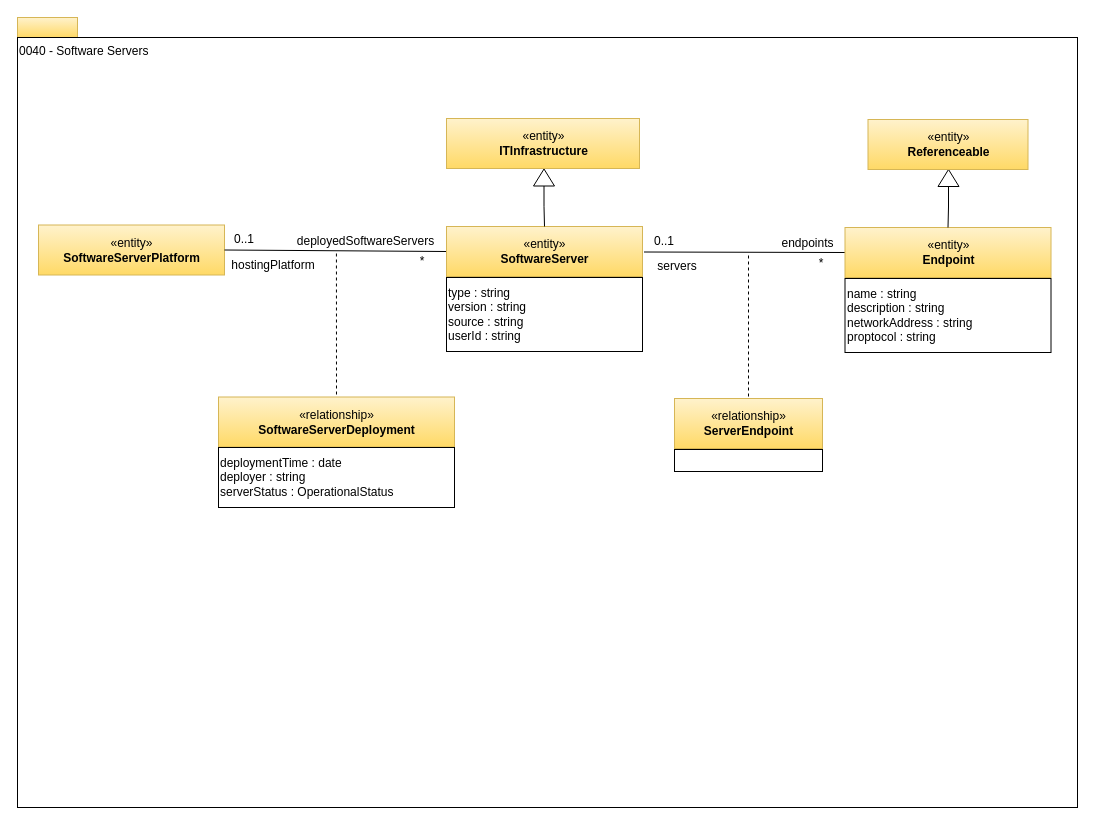
The draw.io diagram page "0040-Software-Servers" (11 of 17) of open-metadata-publication/website/open-metadata-types/area-0-basic-types-and-infrastructure.drawio in planetf1/egeria, before the edit. Source tidied: cells renumbered, new cells numbered last; positions are measured from the earlier drawing's top-left corner, leaving out a move shared by most shapes. Both pictures are drawn from the tidied source at 100%, with x=0, y=0 at pixel (17, 17).
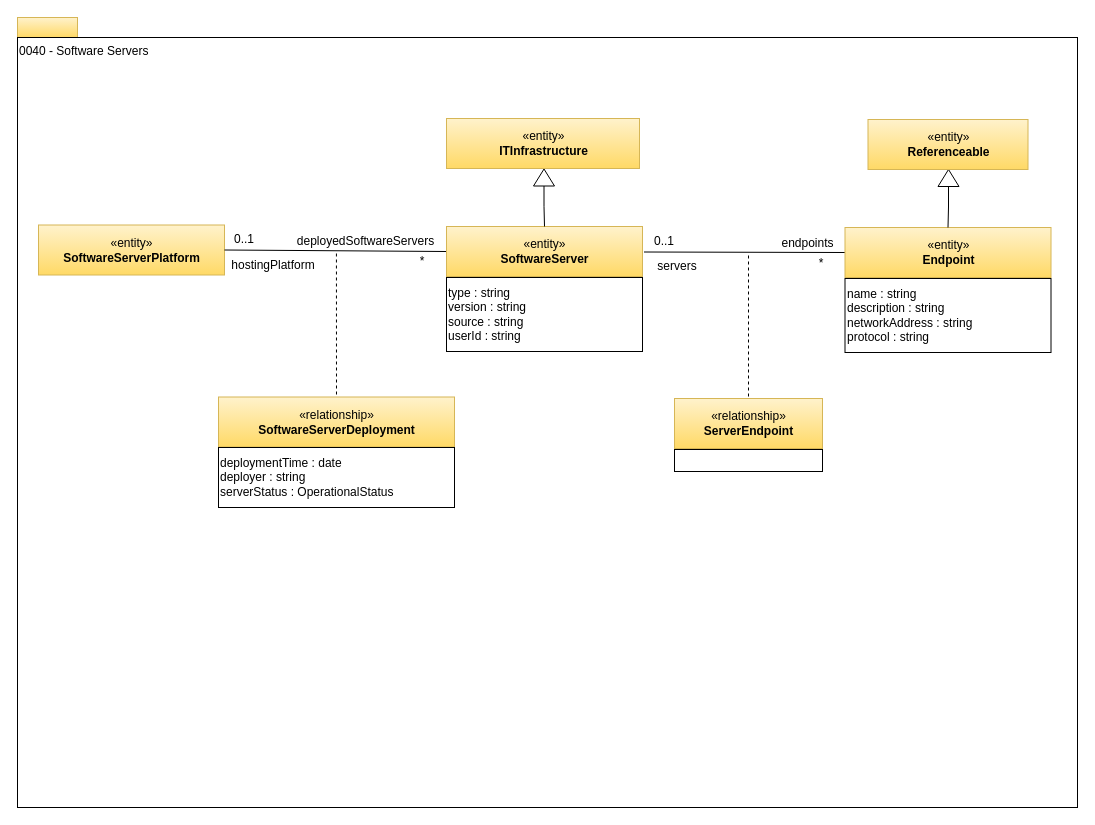
The same page after the edit.

Diff of the diagram source:
```diff
@@
-    <mxCell id="22" value="name : string&lt;br&gt;description : string&lt;br&gt;networkAddress : string&lt;br&gt;proptocol : string&lt;br&gt;" style="rounded=0;whiteSpace=wrap;html=1;strokeColor=#000000;gradientColor=#ffffff;align=left;" parent="1" vertex="1">
+    <mxCell id="22" value="name : string&lt;br&gt;description : string&lt;br&gt;networkAddress : string&lt;br&gt;protocol : string" style="rounded=0;whiteSpace=wrap;html=1;strokeColor=#000000;gradientColor=#ffffff;align=left;" parent="1" vertex="1">
       <mxGeometry x="827.5" y="261" width="206" height="74" as="geometry" />
     </mxCell>
```
